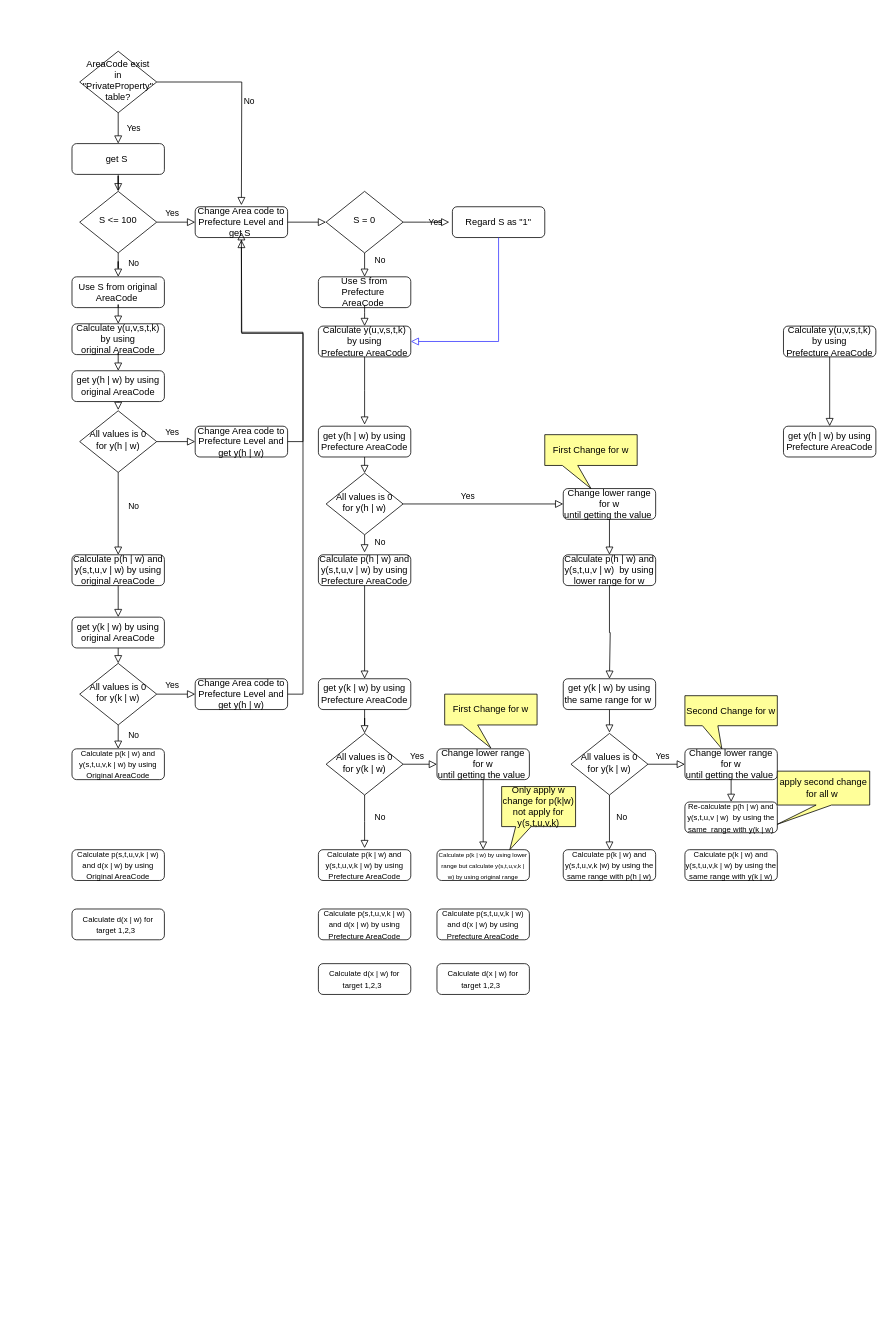
Above: project/StudioLOC Diagram.drawio in Asshi01/my-first-practice-web-app (draw.io), before the change. Source tidied: cells renumbered, new cells numbered last; positions are measured from the earlier drawing's top-left corner, leaving out a move shared by most shapes. Both pictures are drawn from the tidied source at 77%, with x=0, y=0 at pixel (72, 51).
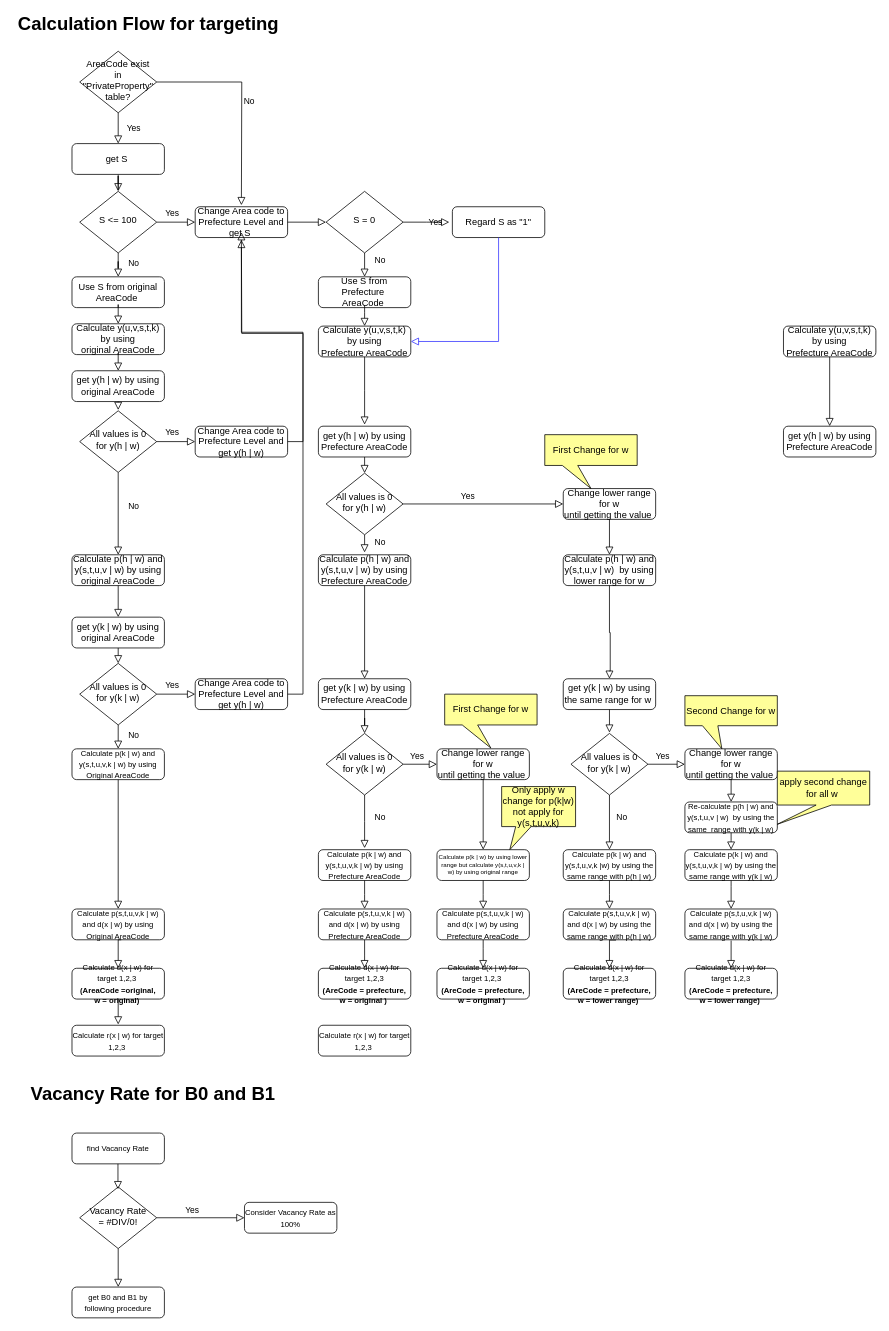
The same diagram, later.

Unchanged cells that the change refers to:
```xml
<mxCell id="43" value="Calculate p(h | w) and y(s,t,u,v | w)&amp;nbsp;&amp;nbsp;by using lower range for w" style="rounded=1;whiteSpace=wrap;html=1;fontSize=12;glass=0;strokeWidth=1;shadow=0;" parent="1" vertex="1">
  <mxGeometry x="638" y="654" width="120" height="40" as="geometry" />
</mxCell>
<mxCell id="52" value="&lt;font style=&quot;font-size: 10px&quot;&gt;Calculate p(k | w) and y(s,t,u,v,k | w) by using Prefecture AreaCode&lt;/font&gt;" style="rounded=1;whiteSpace=wrap;html=1;fontSize=12;glass=0;strokeWidth=1;shadow=0;" parent="1" vertex="1">
  <mxGeometry x="320" y="1037" width="120" height="40" as="geometry" />
</mxCell>
<mxCell id="61" value="get y(k | w) by using&lt;br&gt;the same range for w&amp;nbsp;" style="rounded=1;whiteSpace=wrap;html=1;fontSize=12;glass=0;strokeWidth=1;shadow=0;" parent="1" vertex="1">
  <mxGeometry x="638" y="815" width="120" height="40" as="geometry" />
</mxCell>
<mxCell id="65" value="&lt;font style=&quot;font-size: 10px&quot;&gt;Re-calculate p(h | w) and y(s,t,u,v | w)&amp;nbsp; by using the same&amp;nbsp; range with y(k | w)&lt;/font&gt;" style="rounded=1;whiteSpace=wrap;html=1;fontSize=12;glass=0;strokeWidth=1;shadow=0;" parent="1" vertex="1">
  <mxGeometry x="796" y="975" width="120" height="40" as="geometry" />
</mxCell>
<mxCell id="68" value="&lt;span style=&quot;font-size: 10px&quot;&gt;Calculate p(k | w) and y(s,t,u,v,k |w) by using the same range with p(h | w)&lt;/span&gt;" style="rounded=1;whiteSpace=wrap;html=1;fontSize=12;glass=0;strokeWidth=1;shadow=0;" parent="1" vertex="1">
  <mxGeometry x="638" y="1037" width="120" height="40" as="geometry" />
</mxCell>
<mxCell id="71" value="&lt;span style=&quot;font-size: 10px&quot;&gt;Calculate p(k | w) and y(s,t,u,v,k | w) by using the same range with y(k | w)&lt;/span&gt;" style="rounded=1;whiteSpace=wrap;html=1;fontSize=12;glass=0;strokeWidth=1;shadow=0;" parent="1" vertex="1">
  <mxGeometry x="796" y="1037" width="120" height="40" as="geometry" />
</mxCell>
<mxCell id="73" value="&lt;span style=&quot;font-size: 10px&quot;&gt;Calculate p(k | w) and y(s,t,u,v,k | w) by using Original AreaCode&lt;/span&gt;" style="rounded=1;whiteSpace=wrap;html=1;fontSize=12;glass=0;strokeWidth=1;shadow=0;" parent="1" vertex="1">
  <mxGeometry y="906" width="120" height="40" as="geometry" />
</mxCell>
<mxCell id="76" value="&lt;span style=&quot;font-size: 10px&quot;&gt;Calculate p(s,t,u,v,k | w) and d(x | w) by using Prefecture AreaCode&lt;/span&gt;" style="rounded=1;whiteSpace=wrap;html=1;fontSize=12;glass=0;strokeWidth=1;shadow=0;" parent="1" vertex="1">
  <mxGeometry x="320" y="1114" width="120" height="40" as="geometry" />
</mxCell>
<mxCell id="78" value="&lt;span style=&quot;font-size: 10px&quot;&gt;Calculate p(s,t,u,v,k | w) and d(x | w) by using Prefecture AreaCode&lt;/span&gt;" style="rounded=1;whiteSpace=wrap;html=1;fontSize=12;glass=0;strokeWidth=1;shadow=0;" parent="1" vertex="1">
  <mxGeometry x="474" y="1114" width="120" height="40" as="geometry" />
</mxCell>
```

What changed in the source:
```diff
@@
-    <mxCell id="60" value="&lt;font style=&quot;font-size: 8px&quot;&gt;&lt;font&gt;Calculate p(k | w) by using lower range but calculate&amp;nbsp;&lt;/font&gt;y(s,t,u,v,k | w) by using original&amp;nbsp;range&lt;/font&gt;" style="rounded=1;whiteSpace=wrap;html=1;fontSize=12;glass=0;strokeWidth=1;shadow=0;" parent="1" vertex="1">
+    <mxCell id="60" value="&lt;p&gt;&lt;font style=&quot;font-size: 8px&quot;&gt;&lt;font&gt;Calculate p(k | w) by using lower range but calculate&amp;nbsp;&lt;/font&gt;y(s,t,u,v,k | w) by using original&amp;nbsp;range&lt;/font&gt;&lt;/p&gt;" style="rounded=1;whiteSpace=wrap;html=1;fontSize=8;glass=0;strokeWidth=1;shadow=0;" parent="1" vertex="1">
       <mxGeometry x="474" y="1037" width="120" height="40" as="geometry" />
     </mxCell>
@@
     <mxCell id="62" style="edgeStyle=orthogonalEdgeStyle;rounded=0;html=1;jettySize=auto;fontSize=11;endArrow=block;endFill=0;endSize=8;strokeWidth=1;shadow=0;labelBackgroundColor=none;exitX=0.5;exitY=1;exitDx=0;exitDy=0;entryX=0.5;entryY=0;entryDx=0;entryDy=0;" parent="1" edge="1" source="43" target="61">
       <mxGeometry x="-0.2" y="10" relative="1" as="geometry">
         <Array as="points">
           <mxPoint x="698" y="755" />
           <mxPoint x="699" y="755" />
+          <mxPoint x="699" y="805" />
+          <mxPoint x="698" y="805" />
         </Array>
       </mxGeometry>
     </mxCell>
@@
     <mxCell id="74" value="&lt;span style=&quot;font-size: 10px&quot;&gt;Calculate p(s,t,u,v,k | w) and d(x | w) by using Original AreaCode&lt;/span&gt;" style="rounded=1;whiteSpace=wrap;html=1;fontSize=12;glass=0;strokeWidth=1;shadow=0;" parent="1" vertex="1">
-      <mxGeometry y="1037" width="120" height="40" as="geometry" />
+      <mxGeometry y="1114" width="120" height="40" as="geometry" />
     </mxCell>
-    <mxCell id="75" value="&lt;span style=&quot;font-size: 10px&quot;&gt;Calculate d(x | w) for target 1,2,3&amp;nbsp;&amp;nbsp;&lt;/span&gt;" style="rounded=1;whiteSpace=wrap;html=1;fontSize=12;glass=0;strokeWidth=1;shadow=0;" parent="1" vertex="1">
-      <mxGeometry y="1114" width="120" height="40" as="geometry" />
+    <mxCell id="75" value="&lt;span style=&quot;font-size: 10px&quot;&gt;Calculate d(x | w) for target 1,2,3&amp;nbsp;&lt;br&gt;&lt;b&gt;(AreaCode =original,&lt;br&gt;w = original)&amp;nbsp;&lt;/b&gt;&lt;/span&gt;" style="rounded=1;whiteSpace=wrap;html=1;fontSize=12;glass=0;strokeWidth=1;shadow=0;" parent="1" vertex="1">
+      <mxGeometry y="1191" width="120" height="40" as="geometry" />
     </mxCell>
@@
-    <mxCell id="77" value="&lt;span style=&quot;font-size: 10px&quot;&gt;Calculate d(x | w) for target 1,2,3&amp;nbsp;&amp;nbsp;&lt;/span&gt;" style="rounded=1;whiteSpace=wrap;html=1;fontSize=12;glass=0;strokeWidth=1;shadow=0;" parent="1" vertex="1">
-      <mxGeometry x="320" y="1185" width="120" height="40" as="geometry" />
+    <mxCell id="77" value="&lt;span style=&quot;font-size: 10px&quot;&gt;Calculate d(x | w) for target 1,2,3 &lt;br&gt;&lt;b&gt;(AreCode = prefecture,&lt;br&gt;w = original )&amp;nbsp;&lt;/b&gt;&lt;/span&gt;" style="rounded=1;whiteSpace=wrap;html=1;fontSize=12;glass=0;strokeWidth=1;shadow=0;" parent="1" vertex="1">
+      <mxGeometry x="320" y="1191" width="120" height="40" as="geometry" />
     </mxCell>
@@
-    <mxCell id="79" value="&lt;span style=&quot;font-size: 10px&quot;&gt;Calculate d(x | w) for target 1,2,3&amp;nbsp;&amp;nbsp;&lt;/span&gt;" style="rounded=1;whiteSpace=wrap;html=1;fontSize=12;glass=0;strokeWidth=1;shadow=0;" parent="1" vertex="1">
-      <mxGeometry x="474" y="1185" width="120" height="40" as="geometry" />
+    <mxCell id="79" value="&lt;span style=&quot;font-size: 10px&quot;&gt;Calculate d(x | w) for target 1,2,3&amp;nbsp;&lt;br&gt;&lt;/span&gt;&lt;b style=&quot;font-size: 10px&quot;&gt;(AreCode = prefecture,&lt;br&gt;w = original )&lt;/b&gt;&lt;span style=&quot;font-size: 10px&quot;&gt;&amp;nbsp;&lt;/span&gt;" style="rounded=1;whiteSpace=wrap;html=1;fontSize=12;glass=0;strokeWidth=1;shadow=0;" parent="1" vertex="1">
+      <mxGeometry x="474" y="1191" width="120" height="40" as="geometry" />
     </mxCell>
@@
+    <mxCell id="86" style="edgeStyle=orthogonalEdgeStyle;rounded=0;html=1;jettySize=auto;fontSize=11;endArrow=block;endFill=0;endSize=8;strokeWidth=1;shadow=0;labelBackgroundColor=none;entryX=0.5;entryY=0;entryDx=0;entryDy=0;exitX=0.5;exitY=1;exitDx=0;exitDy=0;" parent="1" edge="1" source="73" target="74">
+      <mxGeometry x="-0.2" y="10" relative="1" as="geometry" />
+    </mxCell>
+    <mxCell id="87" style="edgeStyle=orthogonalEdgeStyle;rounded=0;html=1;jettySize=auto;fontSize=11;endArrow=block;endFill=0;endSize=8;strokeWidth=1;shadow=0;labelBackgroundColor=none;entryX=0.5;entryY=0;entryDx=0;entryDy=0;exitX=0.533;exitY=1;exitDx=0;exitDy=0;exitPerimeter=0;" parent="1" edge="1" source="74" target="75">
+      <mxGeometry x="-0.2" y="10" relative="1" as="geometry">
+        <Array as="points">
+          <mxPoint x="60" y="1154" />
+        </Array>
+      </mxGeometry>
+    </mxCell>
+    <mxCell id="88" style="edgeStyle=orthogonalEdgeStyle;rounded=0;html=1;jettySize=auto;fontSize=11;endArrow=block;endFill=0;endSize=8;strokeWidth=1;shadow=0;labelBackgroundColor=none;entryX=0.5;entryY=0;entryDx=0;entryDy=0;exitX=0.5;exitY=1;exitDx=0;exitDy=0;" parent="1" edge="1" source="52" target="76">
+      <mxGeometry x="-0.2" y="10" relative="1" as="geometry">
+        <Array as="points">
+          <mxPoint x="380" y="1095" />
+          <mxPoint x="380" y="1095" />
+        </Array>
+      </mxGeometry>
+    </mxCell>
+    <mxCell id="89" style="edgeStyle=orthogonalEdgeStyle;rounded=0;html=1;jettySize=auto;fontSize=11;endArrow=block;endFill=0;endSize=8;strokeWidth=1;shadow=0;labelBackgroundColor=none;entryX=0.5;entryY=0;entryDx=0;entryDy=0;exitX=0.5;exitY=1;exitDx=0;exitDy=0;" parent="1" edge="1" source="60" target="78">
+      <mxGeometry x="-0.2" y="10" relative="1" as="geometry">
+        <Array as="points">
+          <mxPoint x="534" y="1095" />
+          <mxPoint x="534" y="1095" />
+        </Array>
+      </mxGeometry>
+    </mxCell>
+    <mxCell id="90" value="&lt;span style=&quot;font-size: 10px&quot;&gt;Calculate p(s,t,u,v,k | w) and d(x | w)&amp;nbsp;&lt;/span&gt;&lt;span style=&quot;font-size: 10px&quot;&gt;by using the same range with p(h | w)&lt;/span&gt;" style="rounded=1;whiteSpace=wrap;html=1;fontSize=12;glass=0;strokeWidth=1;shadow=0;" parent="1" vertex="1">
+      <mxGeometry x="638" y="1114" width="120" height="40" as="geometry" />
+    </mxCell>
+    <mxCell id="91" value="&lt;span style=&quot;font-size: 10px&quot;&gt;Calculate p(s,t,u,v,k | w) and d(x | w)&amp;nbsp;&lt;/span&gt;&lt;span style=&quot;font-size: 10px&quot;&gt;by using the same range with&amp;nbsp;&lt;/span&gt;&lt;span style=&quot;font-size: 10px&quot;&gt;y(k | w)&lt;/span&gt;" style="rounded=1;whiteSpace=wrap;html=1;fontSize=12;glass=0;strokeWidth=1;shadow=0;" parent="1" vertex="1">
+      <mxGeometry x="796" y="1114" width="120" height="40" as="geometry" />
+    </mxCell>
+    <mxCell id="92" value="&lt;span style=&quot;font-size: 10px&quot;&gt;Calculate d(x | w) for target 1,2,3&lt;br&gt;&lt;/span&gt;&lt;b style=&quot;font-size: 10px&quot;&gt;(AreCode = prefecture,&lt;br&gt;w = lower range)&lt;/b&gt;&lt;span style=&quot;font-size: 10px&quot;&gt;&amp;nbsp;&lt;/span&gt;" style="rounded=1;whiteSpace=wrap;html=1;fontSize=12;glass=0;strokeWidth=1;shadow=0;" parent="1" vertex="1">
+      <mxGeometry x="638" y="1191" width="120" height="40" as="geometry" />
+    </mxCell>
+    <mxCell id="93" value="&lt;span style=&quot;font-size: 10px&quot;&gt;Calculate d(x | w) for target 1,2,3&lt;br&gt;&lt;/span&gt;&lt;b style=&quot;font-size: 10px&quot;&gt;(AreCode = prefecture,&lt;br&gt;w = lower range)&lt;/b&gt;&lt;span style=&quot;font-size: 10px&quot;&gt;&amp;nbsp;&lt;/span&gt;&lt;span style=&quot;font-size: 10px&quot;&gt;&lt;br&gt;&lt;/span&gt;" style="rounded=1;whiteSpace=wrap;html=1;fontSize=12;glass=0;strokeWidth=1;shadow=0;" parent="1" vertex="1">
+      <mxGeometry x="796" y="1191" width="120" height="40" as="geometry" />
+    </mxCell>
+    <mxCell id="94" style="edgeStyle=orthogonalEdgeStyle;rounded=0;html=1;jettySize=auto;fontSize=11;endArrow=block;endFill=0;endSize=8;strokeWidth=1;shadow=0;labelBackgroundColor=none;entryX=0.5;entryY=0;entryDx=0;entryDy=0;exitX=0.5;exitY=1;exitDx=0;exitDy=0;" parent="1" edge="1" source="76" target="77">
+      <mxGeometry x="-0.2" y="10" relative="1" as="geometry">
+        <Array as="points">
+          <mxPoint x="380" y="1175" />
+          <mxPoint x="380" y="1175" />
+        </Array>
+      </mxGeometry>
+    </mxCell>
+    <mxCell id="95" style="edgeStyle=orthogonalEdgeStyle;rounded=0;html=1;jettySize=auto;fontSize=11;endArrow=block;endFill=0;endSize=8;strokeWidth=1;shadow=0;labelBackgroundColor=none;entryX=0.5;entryY=0;entryDx=0;entryDy=0;exitX=0.5;exitY=1;exitDx=0;exitDy=0;" parent="1" edge="1" source="78" target="79">
+      <mxGeometry x="-0.2" y="10" relative="1" as="geometry">
+        <Array as="points">
+          <mxPoint x="534" y="1165" />
+          <mxPoint x="534" y="1165" />
+        </Array>
+      </mxGeometry>
+    </mxCell>
+    <mxCell id="96" style="edgeStyle=orthogonalEdgeStyle;rounded=0;html=1;jettySize=auto;fontSize=11;endArrow=block;endFill=0;endSize=8;strokeWidth=1;shadow=0;labelBackgroundColor=none;entryX=0.5;entryY=0;entryDx=0;entryDy=0;exitX=0.571;exitY=1.011;exitDx=0;exitDy=0;exitPerimeter=0;" parent="1" edge="1" source="90" target="92">
+      <mxGeometry x="-0.2" y="10" relative="1" as="geometry">
+        <Array as="points">
+          <mxPoint x="698" y="1154" />
+        </Array>
+      </mxGeometry>
+    </mxCell>
+    <mxCell id="97" style="edgeStyle=orthogonalEdgeStyle;rounded=0;html=1;jettySize=auto;fontSize=11;endArrow=block;endFill=0;endSize=8;strokeWidth=1;shadow=0;labelBackgroundColor=none;entryX=0.5;entryY=0;entryDx=0;entryDy=0;exitX=0.5;exitY=1;exitDx=0;exitDy=0;" parent="1" edge="1" source="68" target="90">
+      <mxGeometry x="-0.2" y="10" relative="1" as="geometry">
+        <Array as="points">
+          <mxPoint x="698" y="1095" />
+          <mxPoint x="698" y="1095" />
+        </Array>
+      </mxGeometry>
+    </mxCell>
+    <mxCell id="98" style="edgeStyle=orthogonalEdgeStyle;rounded=0;html=1;jettySize=auto;fontSize=11;endArrow=block;endFill=0;endSize=8;strokeWidth=1;shadow=0;labelBackgroundColor=none;entryX=0.5;entryY=0;entryDx=0;entryDy=0;exitX=0.5;exitY=1;exitDx=0;exitDy=0;" parent="1" edge="1" source="71" target="91">
+      <mxGeometry x="-0.2" y="10" relative="1" as="geometry">
+        <Array as="points">
+          <mxPoint x="856" y="1085" />
+          <mxPoint x="856" y="1085" />
+        </Array>
+      </mxGeometry>
+    </mxCell>
+    <mxCell id="99" style="edgeStyle=orthogonalEdgeStyle;rounded=0;html=1;jettySize=auto;fontSize=11;endArrow=block;endFill=0;endSize=8;strokeWidth=1;shadow=0;labelBackgroundColor=none;entryX=0.5;entryY=0;entryDx=0;entryDy=0;exitX=0.5;exitY=1;exitDx=0;exitDy=0;" parent="1" edge="1" source="65" target="71">
+      <mxGeometry x="-0.2" y="10" relative="1" as="geometry">
+        <Array as="points">
+          <mxPoint x="856" y="1025" />
+          <mxPoint x="856" y="1025" />
+        </Array>
+      </mxGeometry>
+    </mxCell>
+    <mxCell id="100" style="edgeStyle=orthogonalEdgeStyle;rounded=0;html=1;jettySize=auto;fontSize=11;endArrow=block;endFill=0;endSize=8;strokeWidth=1;shadow=0;labelBackgroundColor=none;entryX=0.5;entryY=0;entryDx=0;entryDy=0;" parent="1" edge="1" target="93">
+      <mxGeometry x="-0.2" y="10" relative="1" as="geometry">
+        <mxPoint x="856" y="1155" as="sourcePoint" />
+        <Array as="points">
+          <mxPoint x="856" y="1175" />
+          <mxPoint x="856" y="1175" />
+        </Array>
+      </mxGeometry>
+    </mxCell>
+    <mxCell id="101" value="&lt;span style=&quot;font-size: 10px&quot;&gt;Calculate r(x | w) for target 1,2,3&amp;nbsp;&lt;br&gt;&lt;/span&gt;" style="rounded=1;whiteSpace=wrap;html=1;fontSize=12;glass=0;strokeWidth=1;shadow=0;" parent="1" vertex="1">
+      <mxGeometry y="1265" width="120" height="40" as="geometry" />
+    </mxCell>
+    <mxCell id="102" value="&lt;span style=&quot;font-size: 10px&quot;&gt;Calculate r(x | w) for target 1,2,3&amp;nbsp;&lt;br&gt;&lt;/span&gt;" style="rounded=1;whiteSpace=wrap;html=1;fontSize=12;glass=0;strokeWidth=1;shadow=0;" parent="1" vertex="1">
+      <mxGeometry x="320" y="1265" width="120" height="40" as="geometry" />
+    </mxCell>
+    <mxCell id="103" value="&lt;font style=&quot;font-size: 24px&quot;&gt;Calculation Flow for targeting&lt;/font&gt;" style="text;html=1;align=center;verticalAlign=middle;strokeColor=none;fontStyle=1;" parent="1" vertex="1">
+      <mxGeometry x="-76" y="-45" width="350" height="20" as="geometry" />
+    </mxCell>
+    <mxCell id="104" value="&lt;font style=&quot;font-size: 24px&quot;&gt;Vacancy Rate for B0 and B1&lt;/font&gt;" style="text;html=1;align=center;verticalAlign=middle;strokeColor=none;fontStyle=1;" parent="1" vertex="1">
+      <mxGeometry x="-60" y="1345" width="330" height="20" as="geometry" />
+    </mxCell>
+    <mxCell id="105" value="&lt;span style=&quot;font-size: 10px&quot;&gt;find Vacancy&amp;nbsp;Rate&lt;/span&gt;" style="rounded=1;whiteSpace=wrap;html=1;fontSize=12;glass=0;strokeWidth=1;shadow=0;" parent="1" vertex="1">
+      <mxGeometry y="1405" width="120" height="40" as="geometry" />
+    </mxCell>
+    <mxCell id="106" value="Vacancy Rate =&amp;nbsp;#DIV/0!" style="rhombus;whiteSpace=wrap;html=1;shadow=0;fontFamily=Helvetica;fontSize=12;align=center;strokeWidth=1;spacing=6;spacingTop=-4;" parent="1" vertex="1">
+      <mxGeometry x="10" y="1475" width="100" height="80" as="geometry" />
+    </mxCell>
+    <mxCell id="107" style="edgeStyle=orthogonalEdgeStyle;rounded=0;html=1;jettySize=auto;fontSize=11;endArrow=block;endFill=0;endSize=8;strokeWidth=1;shadow=0;labelBackgroundColor=none;exitX=0.5;exitY=1;exitDx=0;exitDy=0;" parent="1" edge="1" source="75">
+      <mxGeometry x="-0.2" y="10" relative="1" as="geometry">
+        <mxPoint x="60" y="1264" as="targetPoint" />
+        <Array as="points">
+          <mxPoint x="60" y="1235" />
+          <mxPoint x="60" y="1235" />
+          <mxPoint x="60" y="1264" />
+        </Array>
+      </mxGeometry>
+    </mxCell>
+    <mxCell id="108" style="edgeStyle=orthogonalEdgeStyle;rounded=0;html=1;jettySize=auto;orthogonalLoop=1;fontSize=11;endArrow=block;endFill=0;endSize=8;strokeWidth=1;shadow=0;labelBackgroundColor=none;exitX=0.5;exitY=1;exitDx=0;exitDy=0;" parent="1" edge="1">
+      <mxGeometry x="-0.2" y="10" relative="1" as="geometry">
+        <mxPoint x="59.7" y="1445" as="sourcePoint" />
+        <mxPoint x="59.7" y="1478" as="targetPoint" />
+        <Array as="points">
+          <mxPoint x="59.7" y="1449" />
+          <mxPoint x="59.7" y="1449" />
+          <mxPoint x="59.7" y="1478" />
+        </Array>
+      </mxGeometry>
+    </mxCell>
+    <mxCell id="109" value="&lt;span style=&quot;font-size: 10px&quot;&gt;get B0 and B1 by following procedure&lt;/span&gt;" style="rounded=1;whiteSpace=wrap;html=1;fontSize=12;glass=0;strokeWidth=1;shadow=0;" parent="1" vertex="1">
+      <mxGeometry y="1605" width="120" height="40" as="geometry" />
+    </mxCell>
+    <mxCell id="110" value="Yes" style="edgeStyle=orthogonalEdgeStyle;rounded=0;html=1;jettySize=auto;fontSize=11;endArrow=block;endFill=0;endSize=8;strokeWidth=1;shadow=0;labelBackgroundColor=none;exitX=1;exitY=0.5;exitDx=0;exitDy=0;" parent="1" edge="1" source="106">
+      <mxGeometry x="-0.19" y="10" relative="1" as="geometry">
+        <mxPoint x="224" y="1515" as="targetPoint" />
+        <Array as="points">
+          <mxPoint x="154" y="1515" />
+        </Array>
+      </mxGeometry>
+    </mxCell>
+    <mxCell id="111" value="&lt;span style=&quot;font-size: 10px&quot;&gt;Consider Vacancy Rate as 100%&lt;br&gt;&lt;/span&gt;" style="rounded=1;whiteSpace=wrap;html=1;fontSize=12;glass=0;strokeWidth=1;shadow=0;" parent="1" vertex="1">
+      <mxGeometry x="224" y="1495" width="120" height="40" as="geometry" />
+    </mxCell>
+    <mxCell id="112" style="edgeStyle=orthogonalEdgeStyle;rounded=0;html=1;jettySize=auto;fontSize=11;endArrow=block;endFill=0;endSize=8;strokeWidth=1;shadow=0;labelBackgroundColor=none;exitX=0.5;exitY=1;exitDx=0;exitDy=0;" parent="1" edge="1" source="106">
+      <mxGeometry x="-0.2" y="10" relative="1" as="geometry">
+        <mxPoint x="60" y="1605" as="targetPoint" />
+        <Array as="points">
+          <mxPoint x="60" y="1595" />
+        </Array>
+      </mxGeometry>
+    </mxCell>
```
